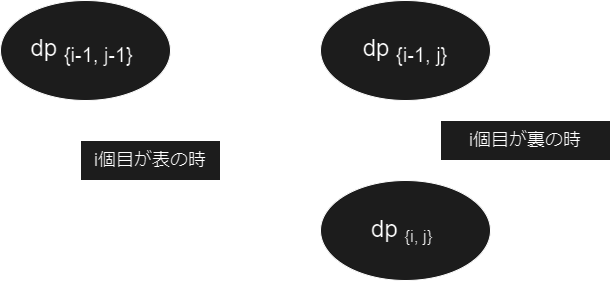
The draw.io diagram public/images/blog/intro-course-8/coins.png in saitamau-maximum/blog, before a commit. Source tidied: cells renumbered, new cells last; positions are measured from the earlier drawing's top-left corner, leaving out a move shared by most shapes.
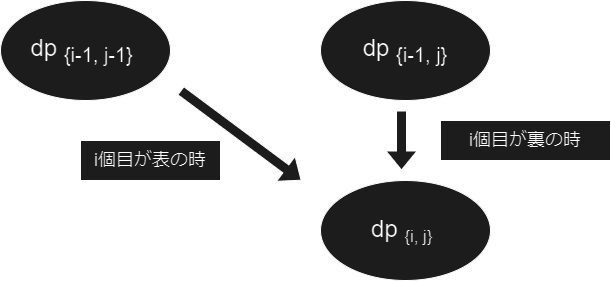
After the change.

The edit, as a diff of the source:
```diff
@@ -2,7 +2,7 @@
   <root>
     <mxCell id="0" />
     <mxCell id="1" parent="0" />
-    <mxCell id="2" style="group;" parent="1" vertex="1">
+    <mxCell id="2" style="group;fillColor=none;" parent="1" vertex="1">
       <mxGeometry width="610" height="280" as="geometry" />
     </mxCell>
     <mxCell id="3" value="&lt;font style=&quot;font-size: 24px;&quot;&gt;dp&amp;nbsp;&lt;/font&gt;&lt;font style=&quot;font-size: 20px;&quot;&gt;&lt;sub&gt;{i, j}&lt;/sub&gt;&lt;/font&gt;&lt;span style=&quot;font-size: 24px;&quot;&gt;&amp;nbsp;&lt;/span&gt;" style="ellipse;whiteSpace=wrap;html=1;fillColor=#E3E3E3;" parent="2" vertex="1">
@@ -20,13 +20,13 @@
     <mxCell id="7" value="&lt;font style=&quot;font-size: 24px;&quot;&gt;dp&amp;nbsp;&lt;/font&gt;&lt;font style=&quot;font-size: 24px;&quot;&gt;&lt;sub&gt;{i-1, j}&lt;/sub&gt;&lt;/font&gt;" style="ellipse;whiteSpace=wrap;html=1;fillColor=#E3E3E3;" parent="4" vertex="1">
       <mxGeometry x="320" width="170" height="100" as="geometry" />
     </mxCell>
-    <mxCell id="8" style="shape=flexArrow;endArrow=classic;html=1;rounded=0;" parent="4" edge="1">
+    <mxCell id="8" style="shape=flexArrow;endArrow=classic;html=1;rounded=0;fillColor=#E3E3E3;" parent="4" edge="1">
       <mxGeometry relative="1" as="geometry">
         <mxPoint x="180" y="90" as="sourcePoint" />
         <mxPoint x="301" y="180" as="targetPoint" />
       </mxGeometry>
     </mxCell>
-    <mxCell id="9" style="shape=flexArrow;endArrow=classic;html=1;rounded=0;" parent="4" edge="1">
+    <mxCell id="9" style="shape=flexArrow;endArrow=classic;html=1;rounded=0;fillColor=#E3E3E3;" parent="4" edge="1">
       <mxGeometry relative="1" as="geometry">
         <mxPoint x="401" y="110" as="sourcePoint" />
         <mxPoint x="401" y="170" as="targetPoint" />
```
